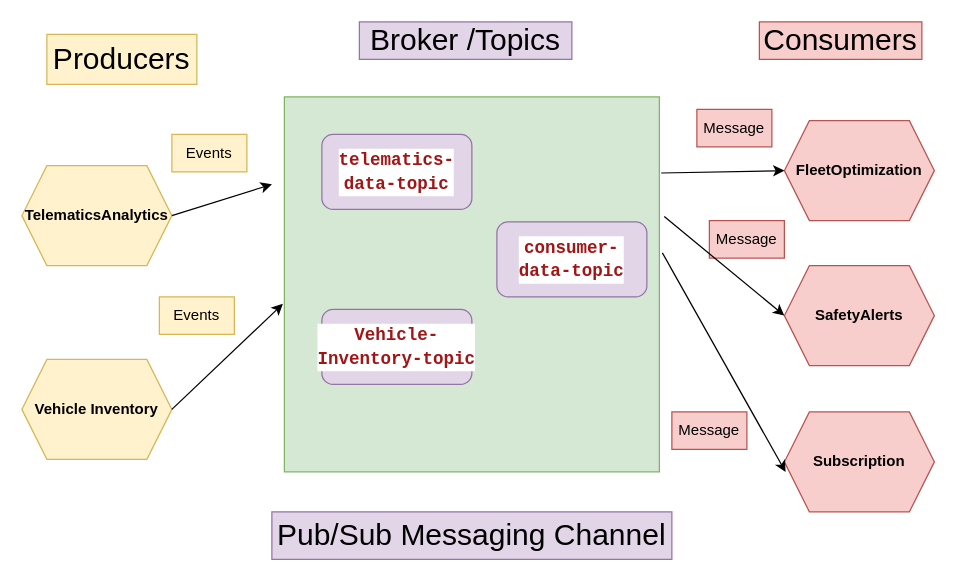
The draw.io diagram messagebroker.drawio in atheeswaran/Dissertation_VehicleAPIPlatform, before the edit. Source tidied: cells renumbered, new cells numbered last; positions are measured from the earlier drawing's top-left corner, leaving out a move shared by most shapes. Both pictures are drawn from the tidied source at 125%, with x=0, y=0 at pixel (21, 21).
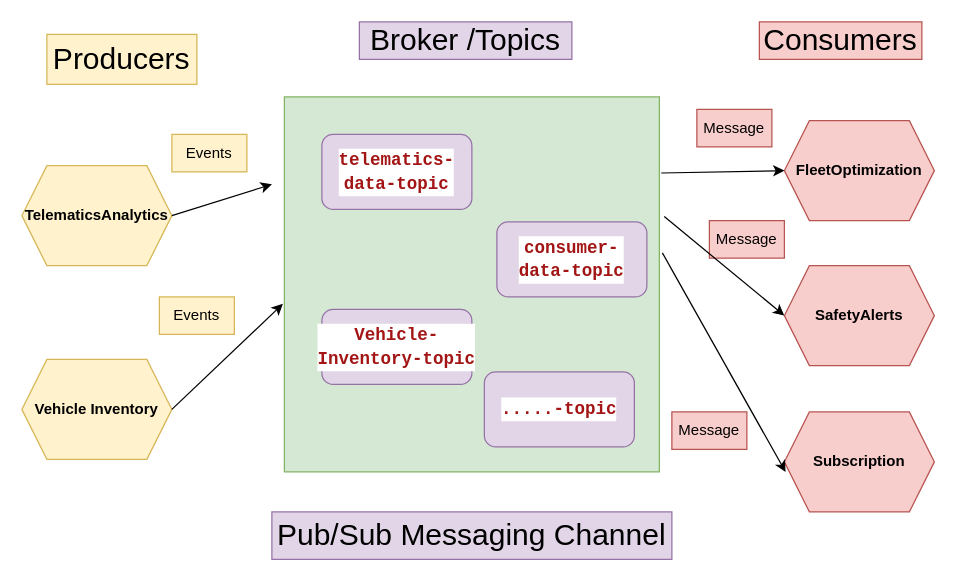
The same page after the edit.

The edit, as a diff of the source:
```diff
@@
+    <mxCell id="25" value="&lt;div&gt;&lt;br&gt;&lt;/div&gt;&lt;div&gt;&lt;div style=&quot;background-color: rgb(255, 255, 255); font-family: Consolas, &amp;quot;Courier New&amp;quot;, monospace; font-size: 14px; line-height: 19px; white-space: pre;&quot;&gt;&lt;div&gt;&lt;b style=&quot;color: rgb(163, 21, 21);&quot;&gt;.....-topic&lt;/b&gt;&lt;br&gt;&lt;/div&gt;&lt;/div&gt;&lt;div&gt;&lt;br&gt;&lt;/div&gt;&lt;/div&gt;" style="rounded=1;whiteSpace=wrap;html=1;fillColor=#e1d5e7;strokeColor=#9673a6;" parent="1" vertex="1">
+      <mxGeometry x="370" y="280" width="120" height="60" as="geometry" />
+    </mxCell>
```
